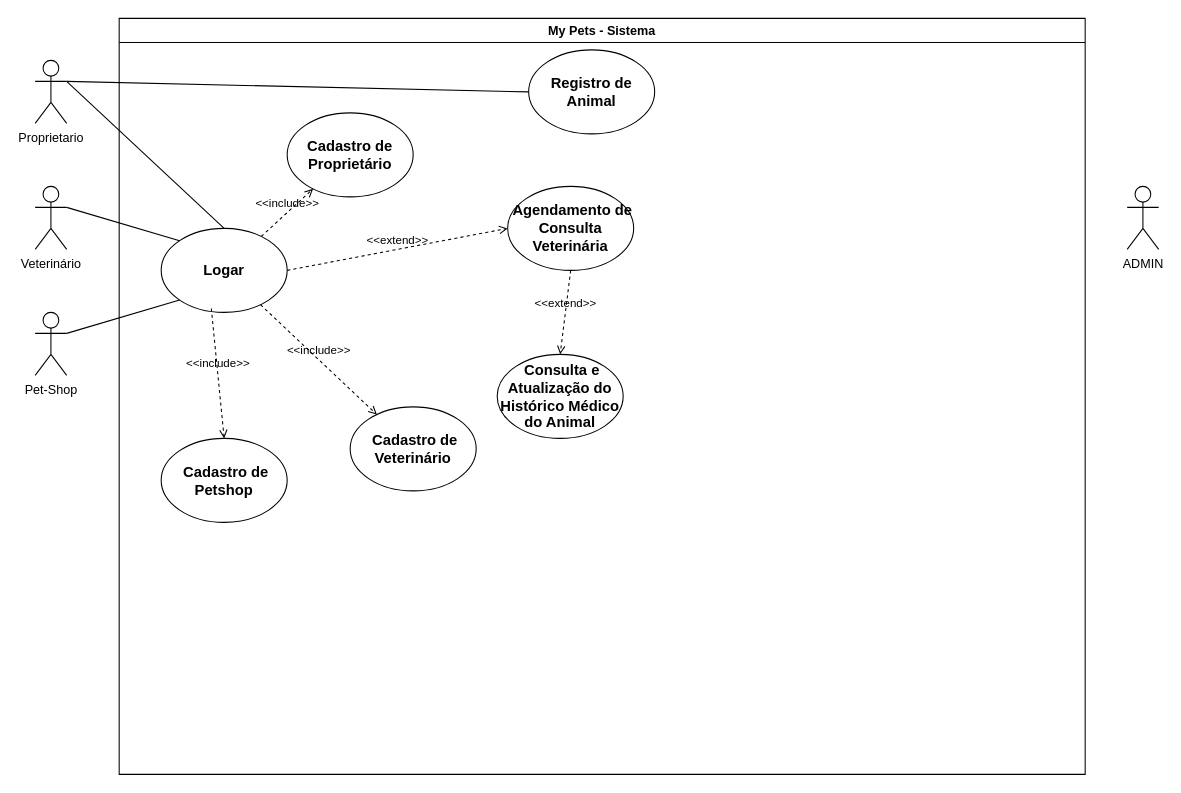
This is mypets.drawio from 18carica/My-Pet, a draw.io file, before an edit. Source tidied: cells renumbered, new cells numbered last; positions are measured from the earlier drawing's top-left corner, leaving out a move shared by most shapes. Both pictures are drawn from the tidied source at 105%, with x=0, y=0 at pixel (35, 18).
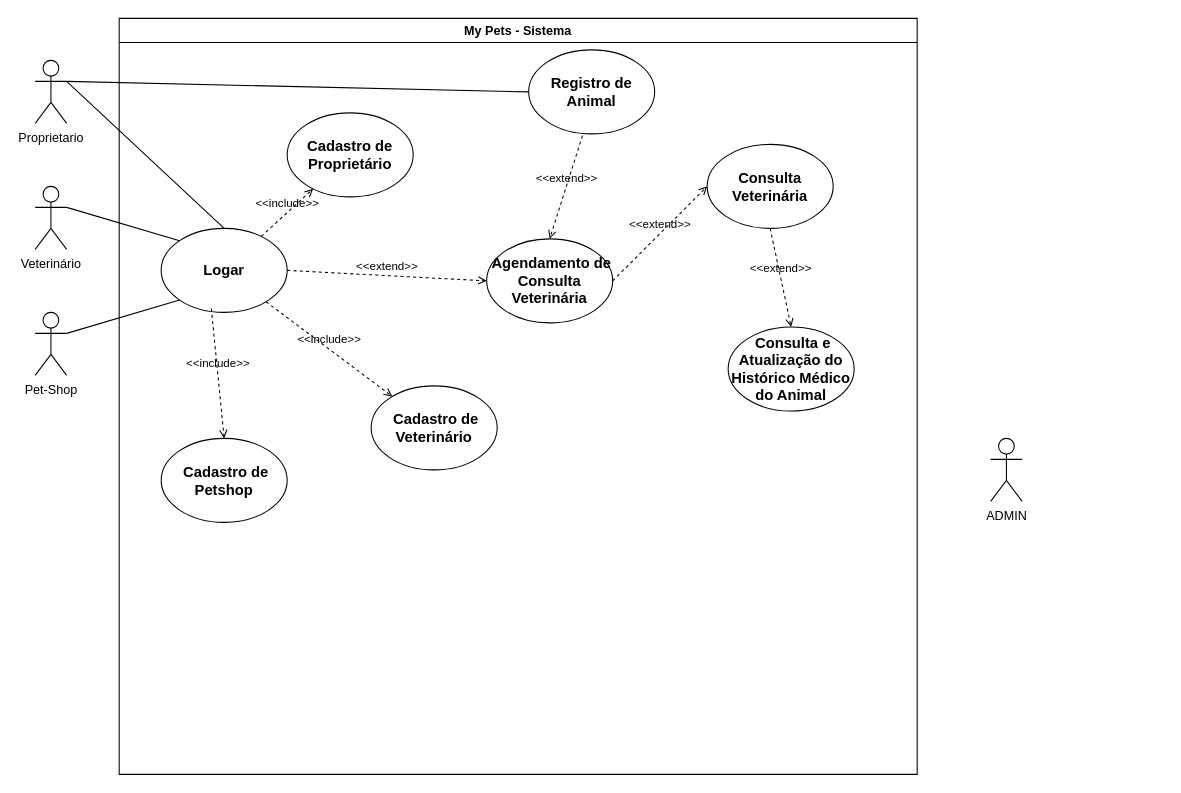
The same page after the edit.

Unchanged cells that the change refers to:
```xml
<mxCell id="9" value="&lt;h3 class=&quot;western&quot;&gt;&lt;strong&gt;Registro de Animal&lt;/strong&gt;&lt;/h3&gt;" style="ellipse;whiteSpace=wrap;html=1;" parent="6" vertex="1">
  <mxGeometry x="390" y="30" width="120" height="80" as="geometry" />
</mxCell>
```

Diff of the diagram source:
```diff
@@
     <mxCell id="5" value="ADMIN" style="shape=umlActor;verticalLabelPosition=bottom;verticalAlign=top;html=1;" parent="1" vertex="1">
-      <mxGeometry x="1040" y="160" width="30" height="60" as="geometry" />
+      <mxGeometry x="910" y="400" width="30" height="60" as="geometry" />
     </mxCell>
     <mxCell id="6" value="My Pets - Sistema" style="swimlane;whiteSpace=wrap;html=1;" parent="1" vertex="1">
-      <mxGeometry x="80" width="920" height="720" as="geometry" />
+      <mxGeometry x="80" width="760" height="720" as="geometry" />
     </mxCell>
@@
     <mxCell id="10" value="&lt;h3 class=&quot;western&quot;&gt;&amp;nbsp;Cadastro de Veterinário&lt;/h3&gt;" style="ellipse;whiteSpace=wrap;html=1;" parent="6" vertex="1">
-      <mxGeometry x="220" y="370" width="120" height="80" as="geometry" />
+      <mxGeometry x="240" y="350" width="120" height="80" as="geometry" />
     </mxCell>
@@
     <mxCell id="12" value="&lt;h3 class=&quot;western&quot;&gt;&amp;nbsp;Agendamento de Consulta Veterinária&lt;/h3&gt;" style="ellipse;whiteSpace=wrap;html=1;" parent="6" vertex="1">
-      <mxGeometry x="370" y="160" width="120" height="80" as="geometry" />
+      <mxGeometry x="350" y="210" width="120" height="80" as="geometry" />
     </mxCell>
     <mxCell id="13" value="&lt;h3 class=&quot;western&quot;&gt;&amp;nbsp;Consulta e Atualização do Histórico Médico do Animal&lt;/h3&gt;" style="ellipse;whiteSpace=wrap;html=1;" parent="6" vertex="1">
-      <mxGeometry x="360" y="320" width="120" height="80" as="geometry" />
+      <mxGeometry x="580" y="294" width="120" height="80" as="geometry" />
     </mxCell>
@@
-    <mxCell id="17" value="&amp;lt;&amp;lt;extend&amp;gt;&amp;gt;" style="html=1;verticalAlign=bottom;labelBackgroundColor=none;endArrow=open;endFill=0;dashed=1;rounded=0;entryX=0.5;entryY=0;entryDx=0;entryDy=0;exitX=0.5;exitY=1;exitDx=0;exitDy=0;" parent="6" edge="1" source="12" target="13">
+    <mxCell id="17" value="&amp;lt;&amp;lt;extend&amp;gt;&amp;gt;" style="html=1;verticalAlign=bottom;labelBackgroundColor=none;endArrow=open;endFill=0;dashed=1;rounded=0;entryX=0.5;entryY=0;entryDx=0;entryDy=0;exitX=0.5;exitY=1;exitDx=0;exitDy=0;" parent="6" edge="1" source="23" target="13">
       <mxGeometry relative="1" as="geometry" />
     </mxCell>
@@
+    <mxCell id="23" value="&lt;font style=&quot;font-size: 14px;&quot;&gt;&lt;b&gt;Consulta Veterinária&lt;/b&gt;&lt;/font&gt;" style="ellipse;whiteSpace=wrap;html=1;" parent="6" vertex="1">
+      <mxGeometry x="560" y="120" width="120" height="80" as="geometry" />
+    </mxCell>
+    <mxCell id="24" value="&amp;lt;&amp;lt;extend&amp;gt;&amp;gt;" style="html=1;verticalAlign=bottom;labelBackgroundColor=none;endArrow=open;endFill=0;dashed=1;rounded=0;entryX=0;entryY=0.5;entryDx=0;entryDy=0;exitX=1;exitY=0.5;exitDx=0;exitDy=0;" parent="6" edge="1" source="12" target="23">
+      <mxGeometry relative="1" as="geometry" />
+    </mxCell>
+    <mxCell id="25" value="&amp;lt;&amp;lt;extend&amp;gt;&amp;gt;" style="html=1;verticalAlign=bottom;labelBackgroundColor=none;endArrow=open;endFill=0;dashed=1;rounded=0;entryX=0.5;entryY=0;entryDx=0;entryDy=0;exitX=0.427;exitY=1.02;exitDx=0;exitDy=0;exitPerimeter=0;" parent="6" edge="1" source="9" target="12">
+      <mxGeometry relative="1" as="geometry" />
+    </mxCell>
```
